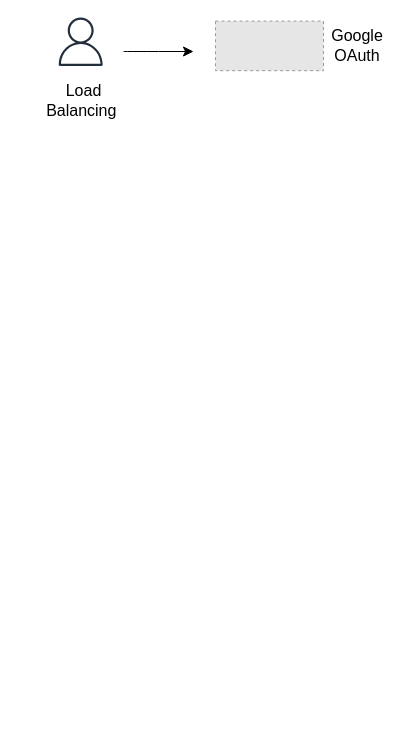
Earlier version of the draw.io diagram architecture-technique.drawio (Abirchouchene/Mini-Projet-DevOps-Tools). Source tidied: cells renumbered, new cells numbered last; positions are measured from the earlier drawing's top-left corner, leaving out a move shared by most shapes. Both pictures are drawn from the tidied source at 100%, with x=0, y=0 at pixel (56, 17). Pictures stored in the file or linked from it are replaced by grey dashed boxes.
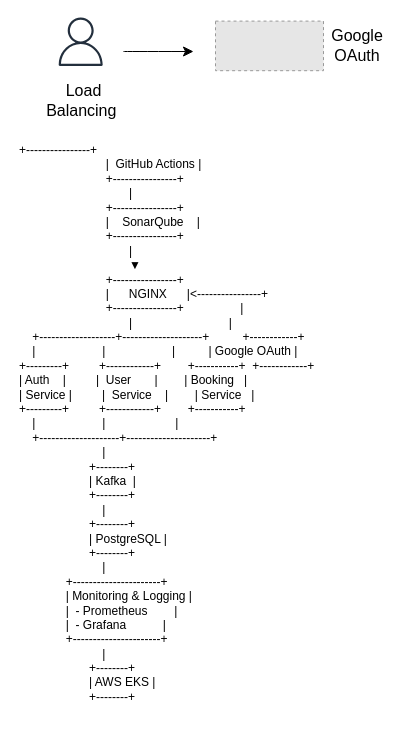
After the change.

Commit message (it also covers changes not shown here):
Mettre à jour architecture-technique.drawio

Diff of the diagram source:
```diff
@@
 <mxGraphModel>
   <root>
     <mxCell id="0" />
     <mxCell id="1" parent="0" />
     <mxCell id="2" style="fillColor=#E6E6E6;strokeColor=#999999;dashed=1;verticalLabelPosition=bottom;labelBackgroundColor=default;verticalAlign=top;" parent="1" vertex="1">
       <mxGeometry x="159" y="3.6" width="108" height="49.6" as="geometry" />
     </mxCell>
     <mxCell id="3" value="Google OAuth" style="text;strokeColor=none;fillColor=none;html=1;align=center;verticalAlign=middle;whiteSpace=wrap;rounded=0;fontSize=16;" parent="1" vertex="1">
       <mxGeometry x="271" y="13.4" width="60" height="30" as="geometry" />
     </mxCell>
     <mxCell id="4" style="sketch=0;fontColor=#232F3E;gradientColor=none;fillColor=#232F3D;strokeColor=none;dashed=0;verticalLabelPosition=bottom;verticalAlign=top;align=center;html=1;fontSize=12;fontStyle=0;shape=mxgraph.aws4.user;" parent="1" vertex="1">
       <mxGeometry width="48.4" height="48.4" as="geometry" />
     </mxCell>
     <mxCell id="5" value="Load Balancing&amp;nbsp;" style="text;strokeColor=none;fillColor=none;html=1;align=center;verticalAlign=middle;whiteSpace=wrap;rounded=0;fontSize=16;" parent="1" vertex="1">
       <mxGeometry x="4" y="71" width="47" height="24" as="geometry" />
     </mxCell>
     <mxCell id="6" style="endArrow=classic;html=1;rounded=0;fontSize=12;startSize=8;endSize=8;curved=1;" parent="1" edge="1">
       <mxGeometry relative="1" as="geometry">
         <mxPoint x="67" y="34" as="sourcePoint" />
         <mxPoint x="137" y="34" as="targetPoint" />
       </mxGeometry>
     </mxCell>
+    <mxCell id="7" value="+----------------+&#10;                          |  GitHub Actions |&#10;                          +----------------+&#10;                                 |&#10;                          +----------------+&#10;                          |    SonarQube    |&#10;                          +----------------+&#10;                                 |&#10;                                 ▼&#10;                          +----------------+&#10;                          |      NGINX      |&lt;----------------+&#10;                          +----------------+                 |&#10;                                 |                             |&#10;    +-------------------+--------------------+          +------------+&#10;    |                    |                    |          | Google OAuth |&#10;+---------+         +------------+        +-----------+  +------------+&#10;| Auth    |         |  User       |        | Booking   |&#10;| Service |         |  Service    |        | Service   |&#10;+---------+         +------------+        +-----------+&#10;    |                    |                     |&#10;    +--------------------+---------------------+&#10;                         |&#10;                     +--------+&#10;                     | Kafka  |&#10;                     +--------+&#10;                         |&#10;                     +--------+&#10;                     | PostgreSQL |&#10;                     +--------+&#10;                         |&#10;              +----------------------+&#10;              | Monitoring &amp; Logging |&#10;              |  - Prometheus        |&#10;              |  - Grafana           |&#10;              +----------------------+&#10;                         |&#10;                     +--------+&#10;                     | AWS EKS |&#10;                     +--------+" style="text;whiteSpace=wrap;" parent="1" vertex="1">
+      <mxGeometry x="-39" y="119" width="312.4" height="584" as="geometry" />
+    </mxCell>
   </root>
 </mxGraphModel>
```
